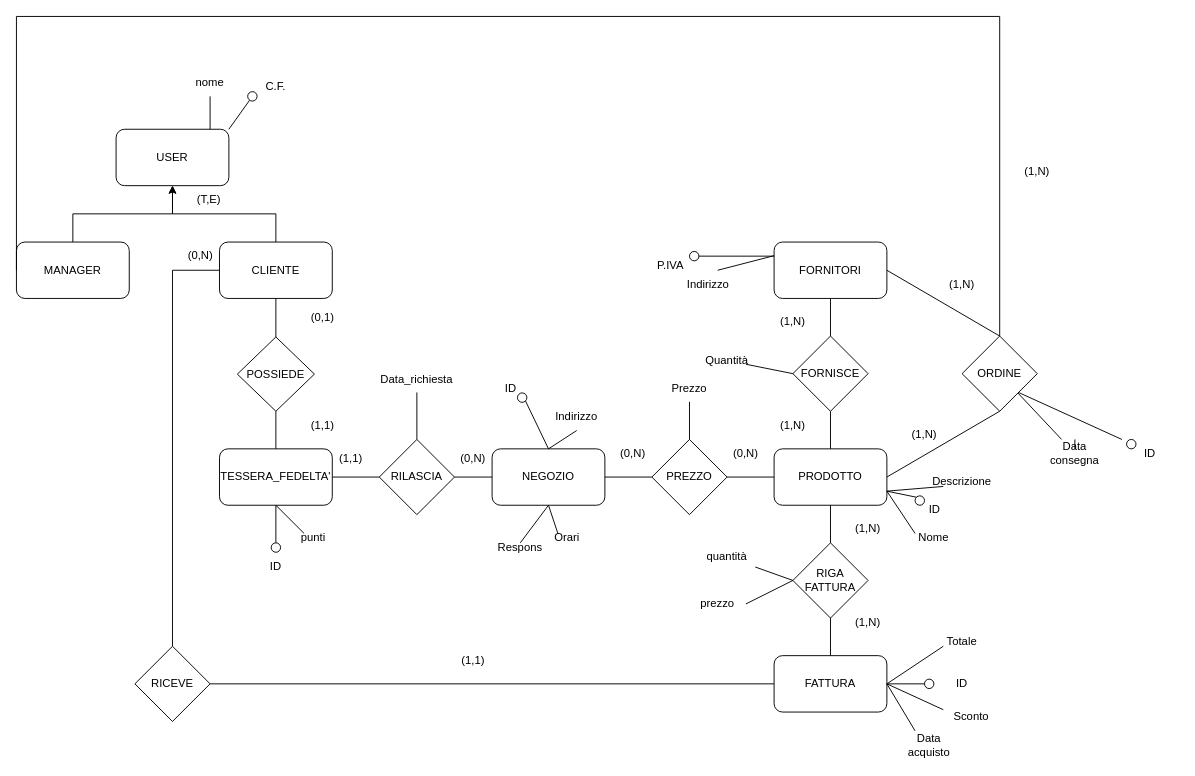
This is docs/schema_ER/Diagramma_ER_NR.drawio from Giann8/Progetto_DB_UNI, a draw.io file, before an edit. Source tidied: cells renumbered, new cells numbered last; positions are measured from the earlier drawing's top-left corner, leaving out a move shared by most shapes. Both pictures are drawn from the tidied source at 94%, with x=0, y=0 at pixel (16, 16).
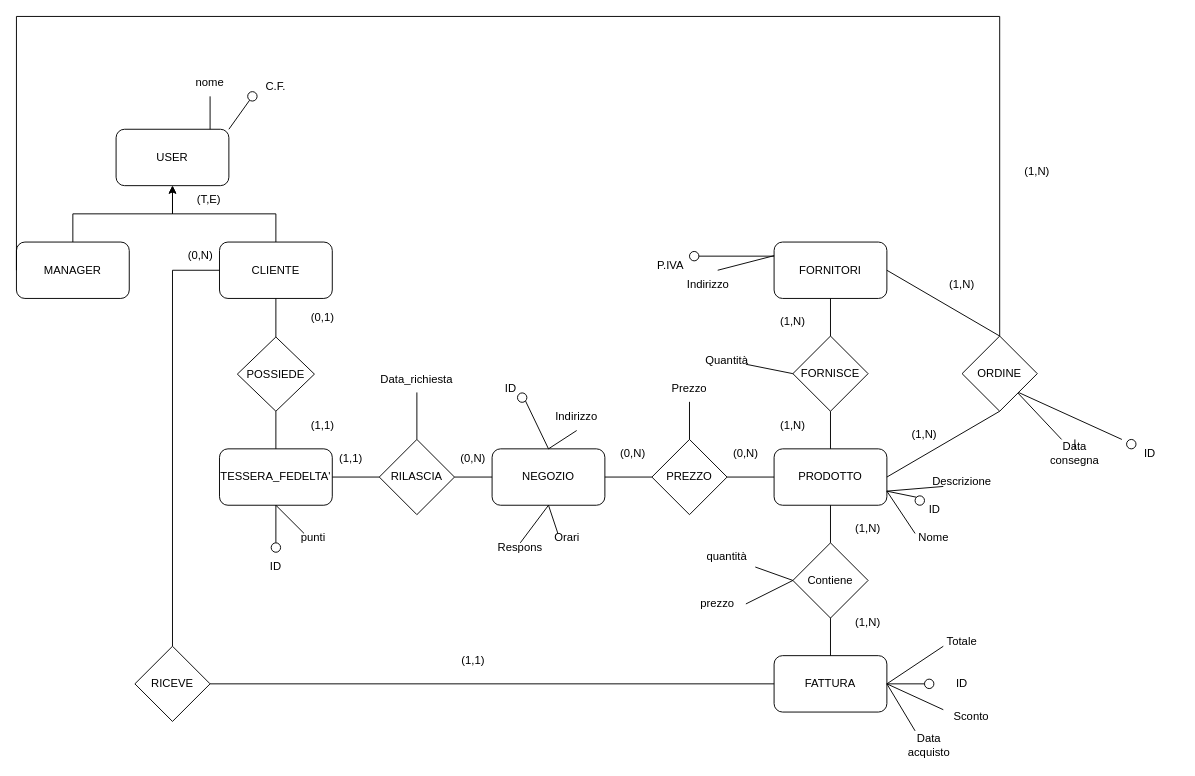
The same page after the edit.

What changed in the source:
```diff
@@
-    <mxCell id="26" value="RIGA FATTURA" style="rhombus;whiteSpace=wrap;html=1;" parent="1" vertex="1">
+    <mxCell id="26" value="Contiene" style="rhombus;whiteSpace=wrap;html=1;" parent="1" vertex="1">
       <mxGeometry x="826" y="560" width="80" height="80" as="geometry" />
     </mxCell>
```
